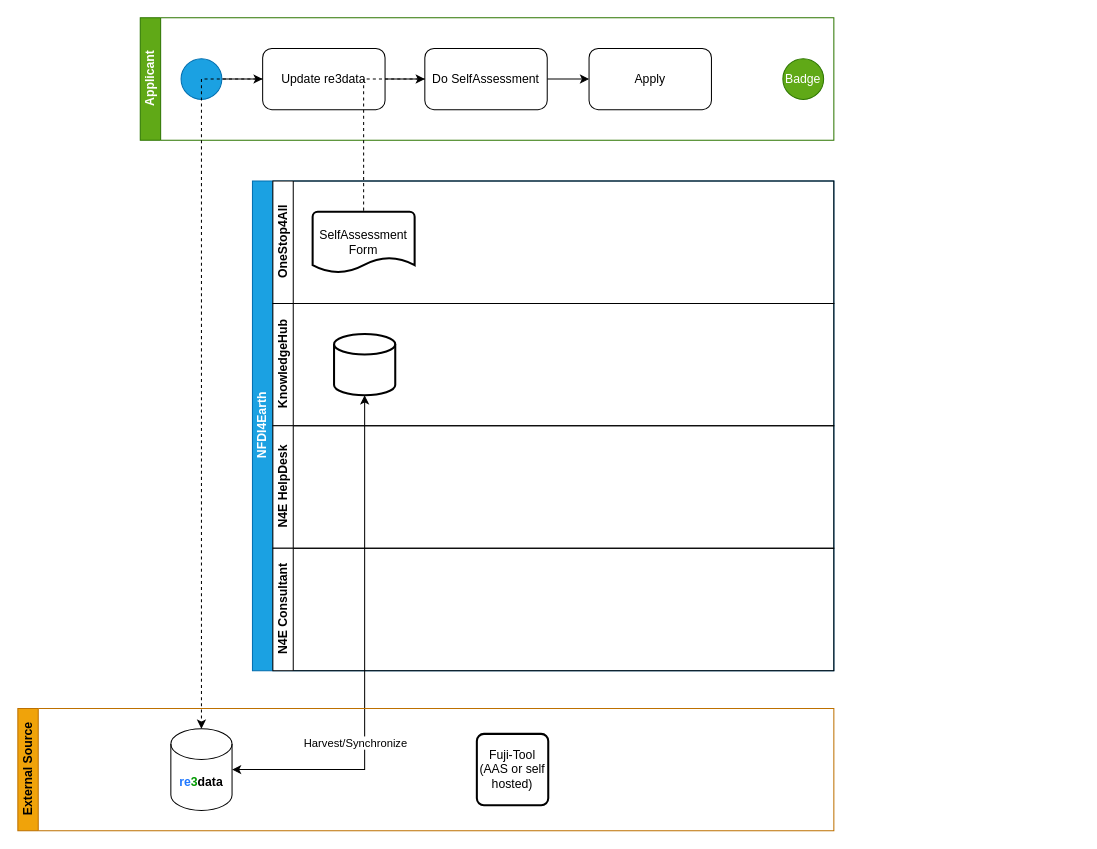
This is Unbenanntes Diagramm.drawio from geyslein/NFDI4Earth-Label, a draw.io file, before an edit. Source tidied: cells renumbered, new cells numbered last; positions are measured from the earlier drawing's top-left corner, leaving out a move shared by most shapes. Both pictures are drawn from the tidied source at 102%, with x=0, y=0 at pixel (17, 17).
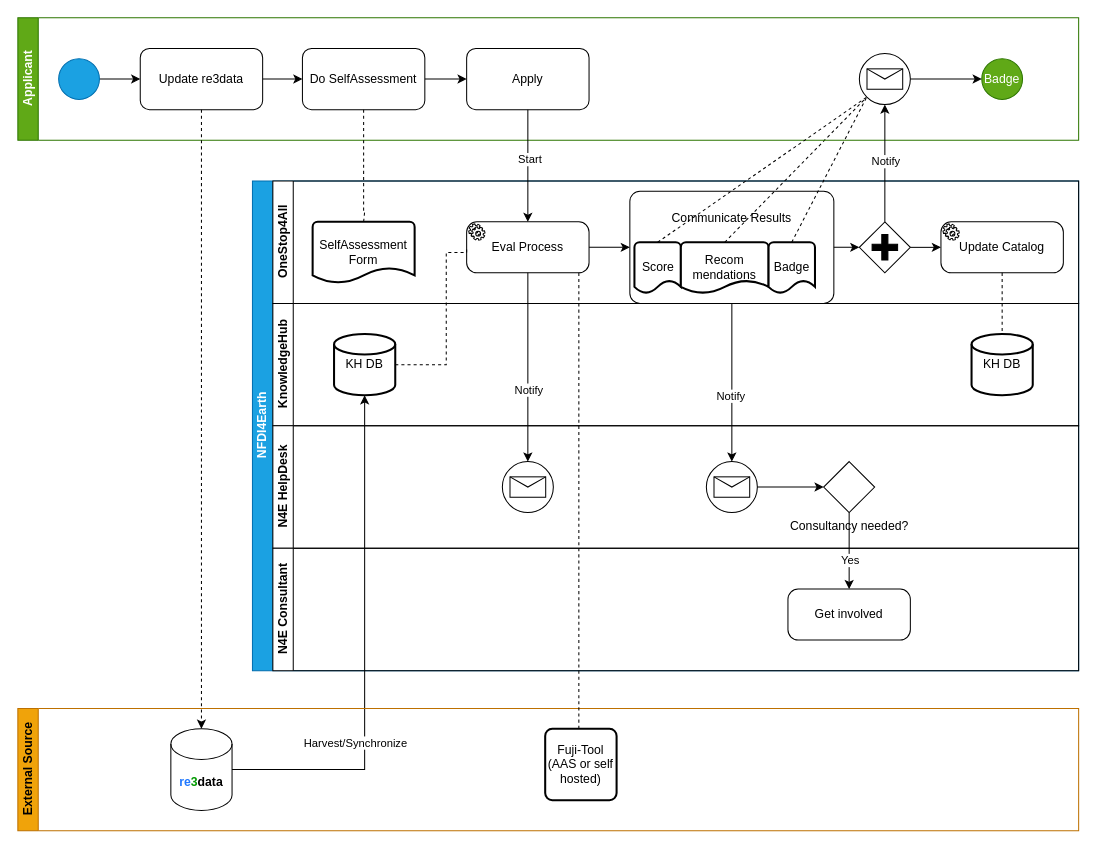
The same page after the edit.

Unchanged cells that the change refers to:
```xml
<mxCell id="16" value="Do SelfAssessment" style="rounded=1;whiteSpace=wrap;html=1;" parent="9" vertex="1">
  <mxGeometry x="279" y="30" width="120" height="60" as="geometry" />
</mxCell>
<mxCell id="17" value="Apply" style="rounded=1;whiteSpace=wrap;html=1;" parent="9" vertex="1">
  <mxGeometry x="440" y="30" width="120" height="60" as="geometry" />
</mxCell>
<mxCell id="23" value="&lt;b&gt;&lt;font color=&quot;#1f78ff&quot;&gt;re&lt;/font&gt;&lt;font color=&quot;#009900&quot;&gt;3&lt;/font&gt;data&lt;/b&gt;" style="shape=cylinder3;whiteSpace=wrap;html=1;boundedLbl=1;backgroundOutline=1;size=15;gradientColor=#009900;fillColor=none;" parent="22" vertex="1">
  <mxGeometry x="150" y="20" width="60" height="80" as="geometry" />
</mxCell>
```

Diff of the diagram source:
```diff
@@
     <mxCell id="2" value="NFDI4Earth" style="swimlane;html=1;horizontal=0;startSize=20;fillColor=#1ba1e2;fontColor=#ffffff;strokeColor=#006EAF;" parent="1" vertex="1">
-      <mxGeometry x="230" y="160" width="570" height="480" as="geometry" />
+      <mxGeometry x="230" y="160" width="810" height="480" as="geometry" />
     </mxCell>
     <mxCell id="3" value="OneStop4All" style="swimlane;html=1;startSize=20;horizontal=0;" parent="2" vertex="1">
-      <mxGeometry x="20" width="550" height="120" as="geometry" />
+      <mxGeometry x="20" width="790" height="120" as="geometry" />
     </mxCell>
     <mxCell id="4" value="SelfAssessment Form" style="strokeWidth=2;html=1;shape=mxgraph.flowchart.document2;whiteSpace=wrap;size=0.25;" parent="3" vertex="1">
-      <mxGeometry x="39" y="30" width="100" height="60" as="geometry" />
+      <mxGeometry x="39" y="40" width="100" height="60" as="geometry" />
     </mxCell>
+    <mxCell id="25" value="Eval Process" style="points=[[0.25,0,0],[0.5,0,0],[0.75,0,0],[1,0.25,0],[1,0.5,0],[1,0.75,0],[0.75,1,0],[0.5,1,0],[0.25,1,0],[0,0.75,0],[0,0.5,0],[0,0.25,0]];shape=mxgraph.bpmn.task;whiteSpace=wrap;rectStyle=rounded;size=10;html=1;taskMarker=service;" parent="3" vertex="1">
+      <mxGeometry x="190" y="40" width="120" height="50" as="geometry" />
+    </mxCell>
+    <mxCell id="26" value="&lt;div&gt;Communicate Results&lt;/div&gt;&lt;div&gt;&lt;br&gt;&lt;/div&gt;&lt;div&gt;&lt;br&gt;&lt;/div&gt;&lt;div&gt;&lt;br&gt;&lt;/div&gt;&lt;div&gt;&lt;br&gt;&lt;/div&gt;" style="points=[[0.25,0,0],[0.5,0,0],[0.75,0,0],[1,0.25,0],[1,0.5,0],[1,0.75,0],[0.75,1,0],[0.5,1,0],[0.25,1,0],[0,0.75,0],[0,0.5,0],[0,0.25,0]];shape=mxgraph.bpmn.task;whiteSpace=wrap;rectStyle=rounded;size=10;html=1;taskMarker=abstract;" parent="3" vertex="1">
+      <mxGeometry x="350" y="10" width="200" height="110" as="geometry" />
+    </mxCell>
+    <mxCell id="27" value="Score" style="strokeWidth=2;html=1;shape=mxgraph.flowchart.document2;whiteSpace=wrap;size=0.25;" parent="26" vertex="1">
+      <mxGeometry x="4.5" y="50" width="45.5" height="50" as="geometry" />
+    </mxCell>
+    <mxCell id="28" style="rounded=0;jettySize=auto;html=1;exitX=0.5;exitY=0;exitDx=0;exitDy=0;exitPerimeter=0;endArrow=none;endFill=0;dashed=1;" parent="26" edge="1" source="29">
+      <mxGeometry relative="1" as="geometry">
+        <mxPoint x="230" y="-90" as="targetPoint" />
+      </mxGeometry>
+    </mxCell>
+    <mxCell id="29" value="&lt;div&gt;Recom&lt;/div&gt;&lt;div&gt;mendations&lt;/div&gt;" style="strokeWidth=2;html=1;shape=mxgraph.flowchart.document2;whiteSpace=wrap;size=0.25;" parent="26" vertex="1">
+      <mxGeometry x="50" y="50" width="86" height="50" as="geometry" />
+    </mxCell>
+    <mxCell id="30" value="Badge" style="strokeWidth=2;html=1;shape=mxgraph.flowchart.document2;whiteSpace=wrap;size=0.25;" parent="26" vertex="1">
+      <mxGeometry x="136" y="50" width="45.5" height="50" as="geometry" />
+    </mxCell>
+    <mxCell id="31" style="edgeStyle=orthogonalEdgeStyle;rounded=0;jettySize=auto;html=1;entryX=0;entryY=0.5;entryDx=0;entryDy=0;entryPerimeter=0;" parent="3" edge="1" source="25" target="26">
+      <mxGeometry relative="1" as="geometry" />
+    </mxCell>
+    <mxCell id="32" style="points=[[0.25,0.25,0],[0.5,0,0],[0.75,0.25,0],[1,0.5,0],[0.75,0.75,0],[0.5,1,0],[0.25,0.75,0],[0,0.5,0]];shape=mxgraph.bpmn.gateway2;html=1;verticalLabelPosition=bottom;labelBackgroundColor=#ffffff;verticalAlign=top;align=center;perimeter=rhombusPerimeter;outlineConnect=0;outline=none;symbol=none;gwType=parallel;" parent="3" vertex="1">
+      <mxGeometry x="575" y="40" width="50" height="50" as="geometry" />
+    </mxCell>
+    <mxCell id="33" style="edgeStyle=orthogonalEdgeStyle;rounded=0;jettySize=auto;html=1;entryX=0;entryY=0.5;entryDx=0;entryDy=0;entryPerimeter=0;" parent="3" edge="1" source="26" target="32">
+      <mxGeometry relative="1" as="geometry" />
+    </mxCell>
+    <mxCell id="34" value="Update Catalog" style="points=[[0.25,0,0],[0.5,0,0],[0.75,0,0],[1,0.25,0],[1,0.5,0],[1,0.75,0],[0.75,1,0],[0.5,1,0],[0.25,1,0],[0,0.75,0],[0,0.5,0],[0,0.25,0]];shape=mxgraph.bpmn.task;whiteSpace=wrap;rectStyle=rounded;size=10;html=1;taskMarker=service;" parent="3" vertex="1">
+      <mxGeometry x="655" y="40" width="120" height="50" as="geometry" />
+    </mxCell>
+    <mxCell id="35" style="edgeStyle=orthogonalEdgeStyle;rounded=0;jettySize=auto;html=1;exitX=1;exitY=0.5;exitDx=0;exitDy=0;exitPerimeter=0;entryX=0;entryY=0.5;entryDx=0;entryDy=0;entryPerimeter=0;" parent="3" edge="1" source="32" target="34">
+      <mxGeometry relative="1" as="geometry" />
+    </mxCell>
     <mxCell id="5" value="KnowledgeHub" style="swimlane;html=1;startSize=20;horizontal=0;" parent="2" vertex="1">
-      <mxGeometry x="20" y="120" width="550" height="120" as="geometry" />
+      <mxGeometry x="20" y="120" width="790" height="120" as="geometry" />
     </mxCell>
-    <mxCell id="6" style="strokeWidth=2;html=1;shape=mxgraph.flowchart.database;whiteSpace=wrap;" parent="5" vertex="1">
+    <mxCell id="6" value="KH DB" style="strokeWidth=2;html=1;shape=mxgraph.flowchart.database;whiteSpace=wrap;" parent="5" vertex="1">
       <mxGeometry x="60" y="30" width="60" height="60" as="geometry" />
     </mxCell>
+    <mxCell id="36" value="KH DB" style="strokeWidth=2;html=1;shape=mxgraph.flowchart.database;whiteSpace=wrap;" parent="5" vertex="1">
+      <mxGeometry x="685" y="30" width="60" height="60" as="geometry" />
+    </mxCell>
     <mxCell id="7" value="N4E HelpDesk" style="swimlane;html=1;startSize=20;horizontal=0;" parent="2" vertex="1">
-      <mxGeometry x="20" y="240" width="550" height="120" as="geometry" />
+      <mxGeometry x="20" y="240" width="790" height="120" as="geometry" />
     </mxCell>
+    <mxCell id="37" style="points=[[0.145,0.145,0],[0.5,0,0],[0.855,0.145,0],[1,0.5,0],[0.855,0.855,0],[0.5,1,0],[0.145,0.855,0],[0,0.5,0]];shape=mxgraph.bpmn.event;html=1;verticalLabelPosition=bottom;labelBackgroundColor=#ffffff;verticalAlign=top;align=center;perimeter=ellipsePerimeter;outlineConnect=0;outline=standard;symbol=message;" parent="7" vertex="1">
+      <mxGeometry x="225" y="35" width="50" height="50" as="geometry" />
+    </mxCell>
+    <mxCell id="38" style="points=[[0.145,0.145,0],[0.5,0,0],[0.855,0.145,0],[1,0.5,0],[0.855,0.855,0],[0.5,1,0],[0.145,0.855,0],[0,0.5,0]];shape=mxgraph.bpmn.event;html=1;verticalLabelPosition=bottom;labelBackgroundColor=#ffffff;verticalAlign=top;align=center;perimeter=ellipsePerimeter;outlineConnect=0;outline=standard;symbol=message;" parent="7" vertex="1">
+      <mxGeometry x="425" y="35" width="50" height="50" as="geometry" />
+    </mxCell>
+    <mxCell id="39" value="Consultancy needed?" style="points=[[0.25,0.25,0],[0.5,0,0],[0.75,0.25,0],[1,0.5,0],[0.75,0.75,0],[0.5,1,0],[0.25,0.75,0],[0,0.5,0]];shape=mxgraph.bpmn.gateway2;html=1;verticalLabelPosition=bottom;labelBackgroundColor=#ffffff;verticalAlign=top;align=center;perimeter=rhombusPerimeter;outlineConnect=0;outline=none;symbol=none;" parent="7" vertex="1">
+      <mxGeometry x="540" y="35" width="50" height="50" as="geometry" />
+    </mxCell>
+    <mxCell id="40" style="edgeStyle=orthogonalEdgeStyle;rounded=0;jettySize=auto;html=1;exitX=1;exitY=0.5;exitDx=0;exitDy=0;exitPerimeter=0;entryX=0;entryY=0.5;entryDx=0;entryDy=0;entryPerimeter=0;" parent="7" edge="1" source="38" target="39">
+      <mxGeometry relative="1" as="geometry" />
+    </mxCell>
     <mxCell id="8" value="N4E Consultant" style="swimlane;html=1;startSize=20;horizontal=0;" parent="2" vertex="1">
-      <mxGeometry x="20" y="360" width="550" height="120" as="geometry" />
+      <mxGeometry x="20" y="360" width="790" height="120" as="geometry" />
     </mxCell>
+    <mxCell id="41" value="Get involved" style="points=[[0.25,0,0],[0.5,0,0],[0.75,0,0],[1,0.25,0],[1,0.5,0],[1,0.75,0],[0.75,1,0],[0.5,1,0],[0.25,1,0],[0,0.75,0],[0,0.5,0],[0,0.25,0]];shape=mxgraph.bpmn.task;whiteSpace=wrap;rectStyle=rounded;size=10;html=1;taskMarker=abstract;" parent="8" vertex="1">
+      <mxGeometry x="505" y="40" width="120" height="50" as="geometry" />
+    </mxCell>
+    <mxCell id="42" style="edgeStyle=orthogonalEdgeStyle;rounded=0;jettySize=auto;html=1;exitX=0.5;exitY=1;exitDx=0;exitDy=0;exitPerimeter=0;entryX=0.5;entryY=0;entryDx=0;entryDy=0;entryPerimeter=0;" parent="2" edge="1" source="25" target="37">
+      <mxGeometry relative="1" as="geometry" />
+    </mxCell>
+    <mxCell id="43" value="Notify" style="edgeLabel;html=1;align=center;verticalAlign=middle;" parent="42" vertex="1">
+      <mxGeometry x="0.23" relative="1" as="geometry" />
+    </mxCell>
+    <mxCell id="44" style="edgeStyle=orthogonalEdgeStyle;rounded=0;jettySize=auto;html=1;entryX=0;entryY=0.5;entryDx=0;entryDy=0;entryPerimeter=0;endArrow=none;endFill=0;dashed=1;" parent="2" edge="1" source="6" target="25">
+      <mxGeometry relative="1" as="geometry">
+        <Array as="points">
+          <mxPoint x="190" y="180" />
+          <mxPoint x="190" y="70" />
+          <mxPoint x="210" y="70" />
+        </Array>
+      </mxGeometry>
+    </mxCell>
+    <mxCell id="45" style="edgeStyle=orthogonalEdgeStyle;rounded=0;jettySize=auto;html=1;exitX=0.5;exitY=1;exitDx=0;exitDy=0;exitPerimeter=0;" parent="2" edge="1" source="26" target="38">
+      <mxGeometry relative="1" as="geometry" />
+    </mxCell>
+    <mxCell id="46" value="Notify" style="edgeLabel;html=1;align=center;verticalAlign=middle;" parent="45" vertex="1">
+      <mxGeometry x="0.16" y="-2" relative="1" as="geometry" />
+    </mxCell>
+    <mxCell id="47" style="edgeStyle=orthogonalEdgeStyle;rounded=0;jettySize=auto;html=1;exitX=0.5;exitY=1;exitDx=0;exitDy=0;exitPerimeter=0;entryX=0.5;entryY=0;entryDx=0;entryDy=0;entryPerimeter=0;endArrow=none;endFill=0;dashed=1;" parent="2" edge="1" source="34" target="36">
+      <mxGeometry relative="1" as="geometry" />
+    </mxCell>
+    <mxCell id="48" style="edgeStyle=orthogonalEdgeStyle;rounded=0;jettySize=auto;html=1;exitX=0.5;exitY=1;exitDx=0;exitDy=0;exitPerimeter=0;entryX=0.5;entryY=0;entryDx=0;entryDy=0;entryPerimeter=0;" parent="2" edge="1" source="39" target="41">
+      <mxGeometry relative="1" as="geometry" />
+    </mxCell>
+    <mxCell id="49" value="Yes" style="edgeLabel;html=1;align=center;verticalAlign=middle;" parent="48" vertex="1">
+      <mxGeometry x="0.23" relative="1" as="geometry" />
+    </mxCell>
     <mxCell id="9" value="Applicant" style="swimlane;html=1;startSize=20;horizontal=0;fillColor=#60a917;fontColor=#ffffff;strokeColor=#2D7600;" parent="1" vertex="1">
-      <mxGeometry x="120" width="680" height="120" as="geometry" />
+      <mxGeometry width="1040" height="120" as="geometry" />
     </mxCell>
@@
     <mxCell id="12" value="Badge" style="ellipse;whiteSpace=wrap;html=1;fillColor=#60a917;fontColor=#ffffff;strokeColor=#2D7600;" parent="9" vertex="1">
-      <mxGeometry x="630" y="40" width="40" height="40" as="geometry" />
+      <mxGeometry x="945" y="40" width="40" height="40" as="geometry" />
     </mxCell>
@@
     <mxCell id="19" style="edgeStyle=orthogonalEdgeStyle;rounded=0;jettySize=auto;html=1;entryX=0.5;entryY=0;entryDx=0;entryDy=0;entryPerimeter=0;dashed=1;endArrow=none;endFill=0;" parent="1" edge="1" source="16" target="4">
-      <mxGeometry relative="1" as="geometry" />
+      <mxGeometry relative="1" as="geometry">
+        <Array as="points">
+          <mxPoint x="339" y="190" />
+          <mxPoint x="340" y="190" />
+        </Array>
+      </mxGeometry>
     </mxCell>
-    <mxCell id="20" style="edgeStyle=orthogonalEdgeStyle;rounded=0;jettySize=auto;html=1;entryX=1;entryY=0.5;entryDx=0;entryDy=0;entryPerimeter=0;startArrow=classic;startFill=1;" parent="1" edge="1" source="6" target="23">
+    <mxCell id="20" style="edgeStyle=orthogonalEdgeStyle;rounded=0;jettySize=auto;html=1;entryX=1;entryY=0.5;entryDx=0;entryDy=0;entryPerimeter=0;startArrow=classic;startFill=1;endArrow=none;endFill=0;" parent="1" edge="1" source="6" target="23">
       <mxGeometry relative="1" as="geometry">
         <Array as="points">
           <mxPoint x="340" y="737" />
         </Array>
       </mxGeometry>
     </mxCell>
@@
     <mxCell id="22" value="External Source" style="swimlane;html=1;startSize=20;horizontal=0;fillColor=#f0a30a;fontColor=#000000;strokeColor=#BD7000;" parent="1" vertex="1">
-      <mxGeometry y="677" width="800" height="120" as="geometry" />
+      <mxGeometry y="677" width="1040" height="120" as="geometry" />
     </mxCell>
@@
     <mxCell id="24" value="&lt;div&gt;Fuji-Tool&lt;/div&gt;&lt;div&gt;(AAS or self hosted)&lt;br&gt;&lt;/div&gt;" style="rounded=1;whiteSpace=wrap;html=1;absoluteArcSize=1;arcSize=14;strokeWidth=2;" parent="22" vertex="1">
-      <mxGeometry x="450" y="25" width="70" height="70" as="geometry" />
+      <mxGeometry x="517" y="20" width="70" height="70" as="geometry" />
     </mxCell>
+    <mxCell id="50" style="edgeStyle=orthogonalEdgeStyle;rounded=0;jettySize=auto;html=1;entryX=0.5;entryY=0;entryDx=0;entryDy=0;entryPerimeter=0;" parent="1" edge="1" source="17" target="25">
+      <mxGeometry relative="1" as="geometry" />
+    </mxCell>
+    <mxCell id="51" value="Start" style="edgeLabel;html=1;align=center;verticalAlign=middle;" parent="50" vertex="1">
+      <mxGeometry x="-0.13" y="1" relative="1" as="geometry" />
+    </mxCell>
+    <mxCell id="52" style="edgeStyle=orthogonalEdgeStyle;rounded=0;jettySize=auto;html=1;dashed=1;endArrow=none;endFill=0;entryX=0.5;entryY=0;entryDx=0;entryDy=0;" parent="1" edge="1" source="25" target="24">
+      <mxGeometry relative="1" as="geometry">
+        <Array as="points">
+          <mxPoint x="550" y="697" />
+        </Array>
+      </mxGeometry>
+    </mxCell>
+    <mxCell id="53" style="edgeStyle=orthogonalEdgeStyle;rounded=0;jettySize=auto;html=1;entryX=0;entryY=0.5;entryDx=0;entryDy=0;exitX=1;exitY=0.5;exitDx=0;exitDy=0;exitPerimeter=0;" parent="1" edge="1" source="56" target="12">
+      <mxGeometry relative="1" as="geometry" />
+    </mxCell>
+    <mxCell id="54" style="edgeStyle=orthogonalEdgeStyle;rounded=0;jettySize=auto;html=1;entryX=0.5;entryY=1;entryDx=0;entryDy=0;exitX=0.5;exitY=0;exitDx=0;exitDy=0;exitPerimeter=0;entryPerimeter=0;" parent="1" edge="1" source="32" target="56">
+      <mxGeometry relative="1" as="geometry" />
+    </mxCell>
+    <mxCell id="55" value="Notify" style="edgeLabel;html=1;align=center;verticalAlign=middle;" parent="54" vertex="1">
+      <mxGeometry x="-0.17" y="-2" relative="1" as="geometry">
+        <mxPoint x="-2" y="-12" as="offset" />
+      </mxGeometry>
+    </mxCell>
+    <mxCell id="56" style="points=[[0.145,0.145,0],[0.5,0,0],[0.855,0.145,0],[1,0.5,0],[0.855,0.855,0],[0.5,1,0],[0.145,0.855,0],[0,0.5,0]];shape=mxgraph.bpmn.event;html=1;verticalLabelPosition=bottom;labelBackgroundColor=#ffffff;verticalAlign=top;align=center;perimeter=ellipsePerimeter;outlineConnect=0;outline=standard;symbol=message;" parent="1" vertex="1">
+      <mxGeometry x="825" y="35" width="50" height="50" as="geometry" />
+    </mxCell>
+    <mxCell id="57" style="rounded=0;jettySize=auto;html=1;entryX=0.145;entryY=0.855;entryDx=0;entryDy=0;entryPerimeter=0;exitX=0.5;exitY=0;exitDx=0;exitDy=0;exitPerimeter=0;endArrow=none;endFill=0;dashed=1;" parent="1" edge="1" source="30" target="56">
+      <mxGeometry relative="1" as="geometry" />
+    </mxCell>
+    <mxCell id="58" style="rounded=0;jettySize=auto;html=1;exitX=0.5;exitY=0;exitDx=0;exitDy=0;exitPerimeter=0;dashed=1;endArrow=none;endFill=0;entryX=0.145;entryY=0.855;entryDx=0;entryDy=0;entryPerimeter=0;" parent="1" edge="1" source="27" target="56">
+      <mxGeometry relative="1" as="geometry" />
+    </mxCell>
```
